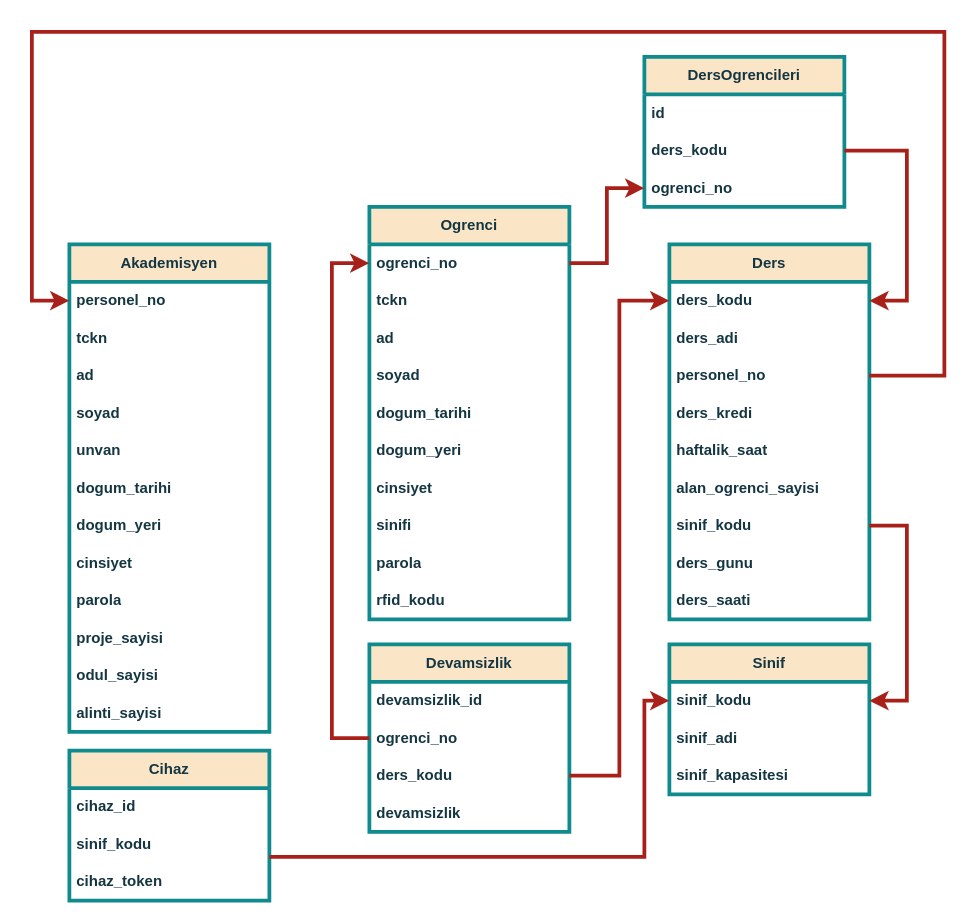
Earlier version of the draw.io diagram web/yapilanlar/2_veritabanının oluşturulması/4_tasarim/veritabani.drawio (azizcanhamas/iot-web-based-electronic-attendance-system). Source tidied: cells renumbered, new cells numbered last; positions are measured from the earlier drawing's top-left corner, leaving out a move shared by most shapes. Both pictures are drawn from the tidied source at 125%, with x=0, y=0 at pixel (31, 31).
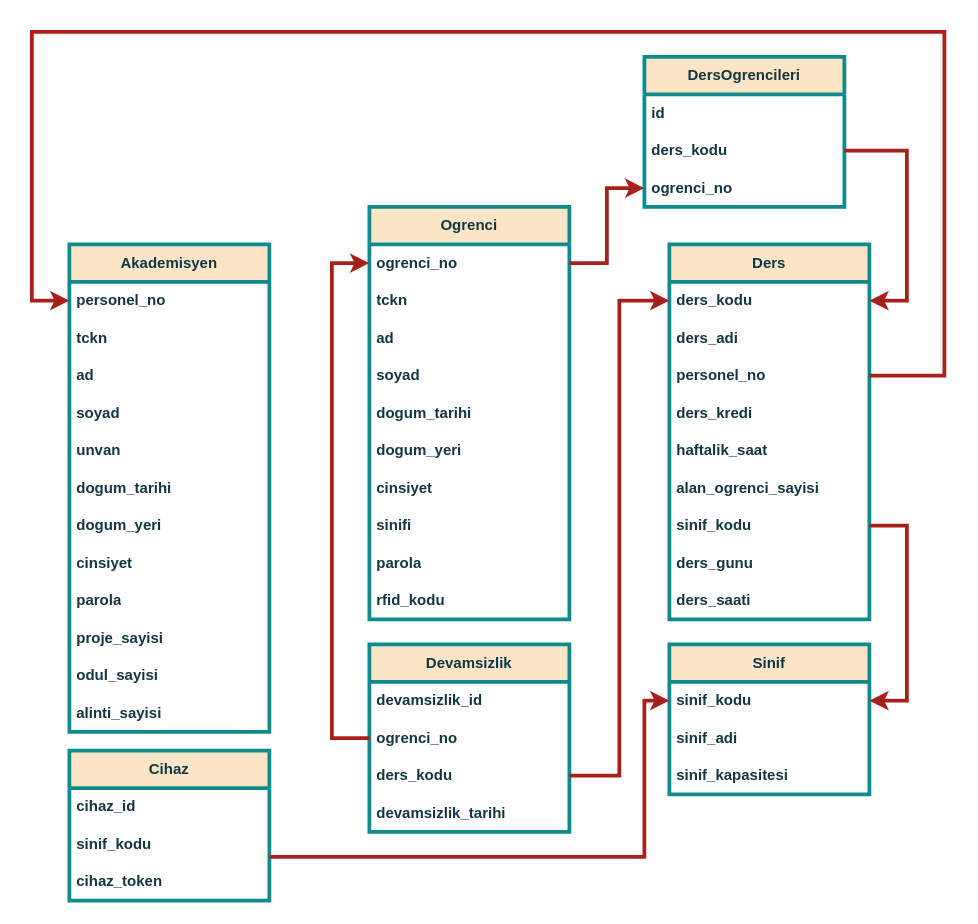
The same diagram, later.

The change refers to these unchanged cells:
```xml
<mxCell id="36" value="Devamsizlik" style="swimlane;fontStyle=1;horizontal=1;startSize=30;whiteSpace=wrap;html=1;fillColor=#FAE5C7;fontColor=#143642;strokeColor=#0F8B8D;rounded=0;labelBackgroundColor=none;strokeWidth=3;" parent="1" vertex="1">
  <mxGeometry x="270" y="490" width="160" height="150" as="geometry" />
</mxCell>
```

Change to the diagram source:
```diff
@@
-    <mxCell id="40" value="devamsizlik" style="text;strokeColor=none;fillColor=none;align=left;verticalAlign=middle;spacingLeft=4;spacingRight=4;overflow=hidden;whiteSpace=wrap;html=1;fontStyle=1;rounded=0;labelBackgroundColor=none;fontColor=#143642;strokeWidth=3;" parent="36" vertex="1">
+    <mxCell id="40" value="devamsizlik_tarihi" style="text;strokeColor=none;fillColor=none;align=left;verticalAlign=middle;spacingLeft=4;spacingRight=4;overflow=hidden;whiteSpace=wrap;html=1;fontStyle=1;rounded=0;labelBackgroundColor=none;fontColor=#143642;strokeWidth=3;" parent="36" vertex="1">
       <mxGeometry y="120" width="160" height="30" as="geometry" />
     </mxCell>
```
